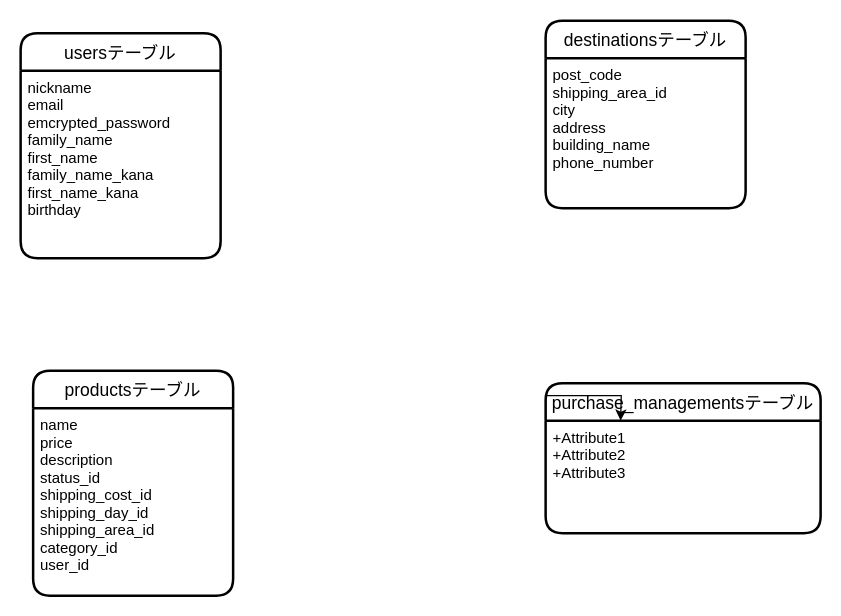
tsuyoshi0805/furima-33340 keeps this draw.io diagram as er.dio. Above is the earlier version. Source tidied: cells renumbered, new cells numbered last; positions are measured from the earlier drawing's top-left corner, leaving out a move shared by most shapes. Both pictures are drawn from the tidied source at 125%, with x=0, y=0 at pixel (20, 20).
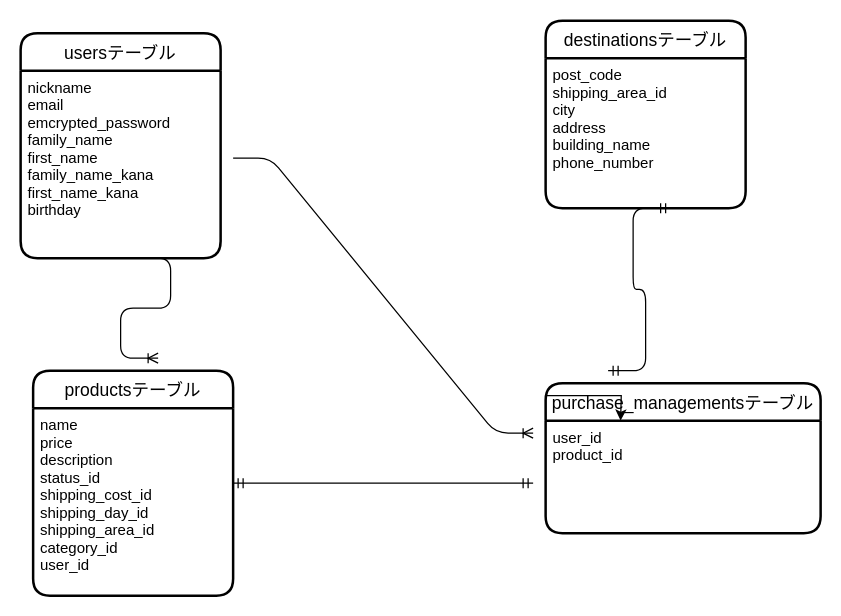
After the change.

The edit, as a diff of the source:
```diff
@@
 <mxGraphModel>
   <root>
     <mxCell id="0" />
     <mxCell id="1" parent="0" />
     <mxCell id="2" value="usersテーブル" style="swimlane;horizontal=1;startSize=30;rounded=1;fontSize=14;fontStyle=0;strokeWidth=2;shadow=0;dashed=0;align=center;" parent="1" vertex="1">
       <mxGeometry y="10" width="160" height="180" as="geometry" />
     </mxCell>
     <mxCell id="3" value="nickname&#10;email&#10;emcrypted_password&#10;family_name&#10;first_name&#10;family_name_kana&#10;first_name_kana&#10;birthday&#10;&#10;&#10;&#10;&#10;" style="align=left;strokeColor=none;fillColor=none;spacingLeft=4;fontSize=12;verticalAlign=top;" parent="2" vertex="1">
       <mxGeometry y="30" width="160" height="150" as="geometry" />
     </mxCell>
+    <mxCell id="11" style="edgeStyle=entityRelationEdgeStyle;fontSize=12;html=1;endArrow=ERoneToMany;" parent="2" edge="1">
+      <mxGeometry relative="1" as="geometry">
+        <mxPoint x="90" y="180" as="sourcePoint" />
+        <mxPoint x="110" y="260" as="targetPoint" />
+      </mxGeometry>
+    </mxCell>
     <mxCell id="4" value="destinationsテーブル" style="swimlane;horizontal=1;startSize=30;rounded=1;fontSize=14;fontStyle=0;strokeWidth=2;shadow=0;dashed=0;align=center;" parent="1" vertex="1">
       <mxGeometry x="420" width="160" height="150" as="geometry" />
     </mxCell>
     <mxCell id="5" value="post_code&#10;shipping_area_id&#10;city&#10;address&#10;building_name&#10;phone_number" style="align=left;strokeColor=none;fillColor=none;spacingLeft=4;fontSize=12;verticalAlign=top;" parent="4" vertex="1">
       <mxGeometry y="30" width="160" height="120" as="geometry" />
     </mxCell>
     <mxCell id="6" value="productsテーブル" style="swimlane;horizontal=1;startSize=30;rounded=1;fontSize=14;fontStyle=0;strokeWidth=2;shadow=0;dashed=0;align=center;" parent="1" vertex="1">
       <mxGeometry x="10" y="280" width="160" height="180" as="geometry" />
     </mxCell>
     <mxCell id="7" value="name&#10;price&#10;description&#10;status_id&#10;shipping_cost_id&#10;shipping_day_id&#10;shipping_area_id&#10;category_id&#10;user_id" style="align=left;strokeColor=none;fillColor=none;spacingLeft=4;fontSize=12;verticalAlign=top;" parent="6" vertex="1">
       <mxGeometry y="30" width="160" height="150" as="geometry" />
     </mxCell>
     <mxCell id="8" value="purchase_managementsテーブル" style="swimlane;horizontal=1;startSize=30;rounded=1;fontSize=14;fontStyle=0;strokeWidth=2;shadow=0;dashed=0;align=center;" parent="1" vertex="1">
       <mxGeometry x="420" y="290" width="220" height="120" as="geometry" />
     </mxCell>
-    <mxCell id="9" value="+Attribute1&#10;+Attribute2&#10;+Attribute3" style="align=left;strokeColor=none;fillColor=none;spacingLeft=4;fontSize=12;verticalAlign=top;" parent="8" vertex="1">
+    <mxCell id="9" value="user_id&#10;product_id" style="align=left;strokeColor=none;fillColor=none;spacingLeft=4;fontSize=12;verticalAlign=top;" parent="8" vertex="1">
       <mxGeometry y="30" width="220" height="90" as="geometry" />
     </mxCell>
     <mxCell id="10" style="edgeStyle=orthogonalEdgeStyle;rounded=0;jettySize=auto;html=1;exitX=0;exitY=0;exitDx=0;exitDy=0;" parent="1" edge="1" source="9">
       <mxGeometry relative="1" as="geometry">
         <mxPoint x="480" y="320" as="targetPoint" />
       </mxGeometry>
     </mxCell>
+    <mxCell id="12" style="edgeStyle=entityRelationEdgeStyle;fontSize=12;html=1;endArrow=ERoneToMany;" parent="1" edge="1">
+      <mxGeometry relative="1" as="geometry">
+        <mxPoint x="170" y="110" as="sourcePoint" />
+        <mxPoint x="410" y="330" as="targetPoint" />
+      </mxGeometry>
+    </mxCell>
+    <mxCell id="13" style="edgeStyle=entityRelationEdgeStyle;fontSize=12;html=1;endArrow=ERmandOne;startArrow=ERmandOne;" parent="1" edge="1">
+      <mxGeometry relative="1" as="geometry">
+        <mxPoint x="170" y="370" as="sourcePoint" />
+        <mxPoint x="410" y="370" as="targetPoint" />
+      </mxGeometry>
+    </mxCell>
+    <mxCell id="14" style="edgeStyle=entityRelationEdgeStyle;fontSize=12;html=1;endArrow=ERmandOne;startArrow=ERmandOne;" parent="1" edge="1">
+      <mxGeometry relative="1" as="geometry">
+        <mxPoint x="470" y="280" as="sourcePoint" />
+        <mxPoint x="520" y="150" as="targetPoint" />
+      </mxGeometry>
+    </mxCell>
   </root>
 </mxGraphModel>
```
